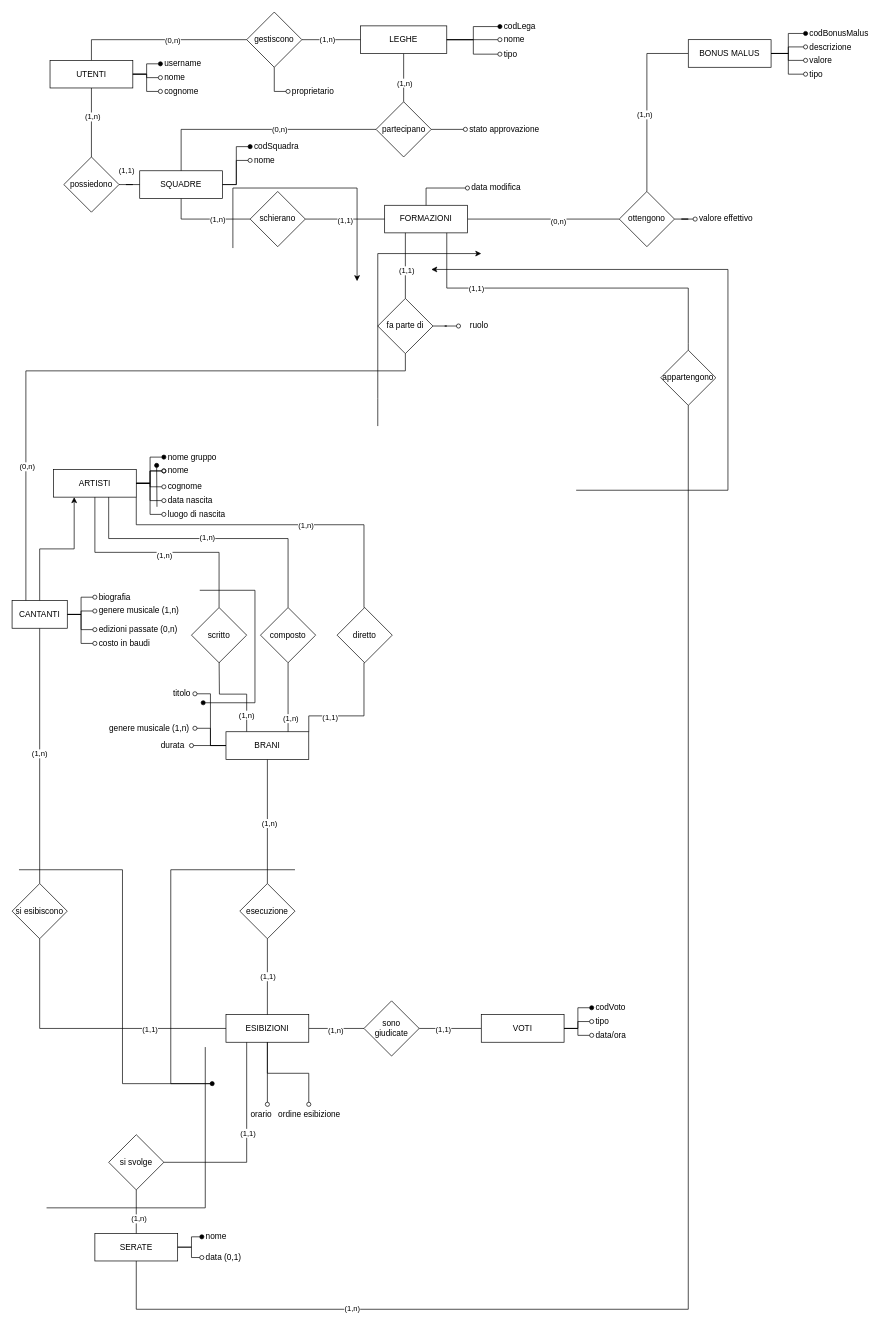
This is progetto_esame/fantasanremo.drawio from RaphyJake/Basi-di-dati, a draw.io file, before an edit. Source tidied: cells renumbered, new cells numbered last; positions are measured from the earlier drawing's top-left corner, leaving out a move shared by most shapes. Both pictures are drawn from the tidied source at 69%, with x=0, y=0 at pixel (12, 12).
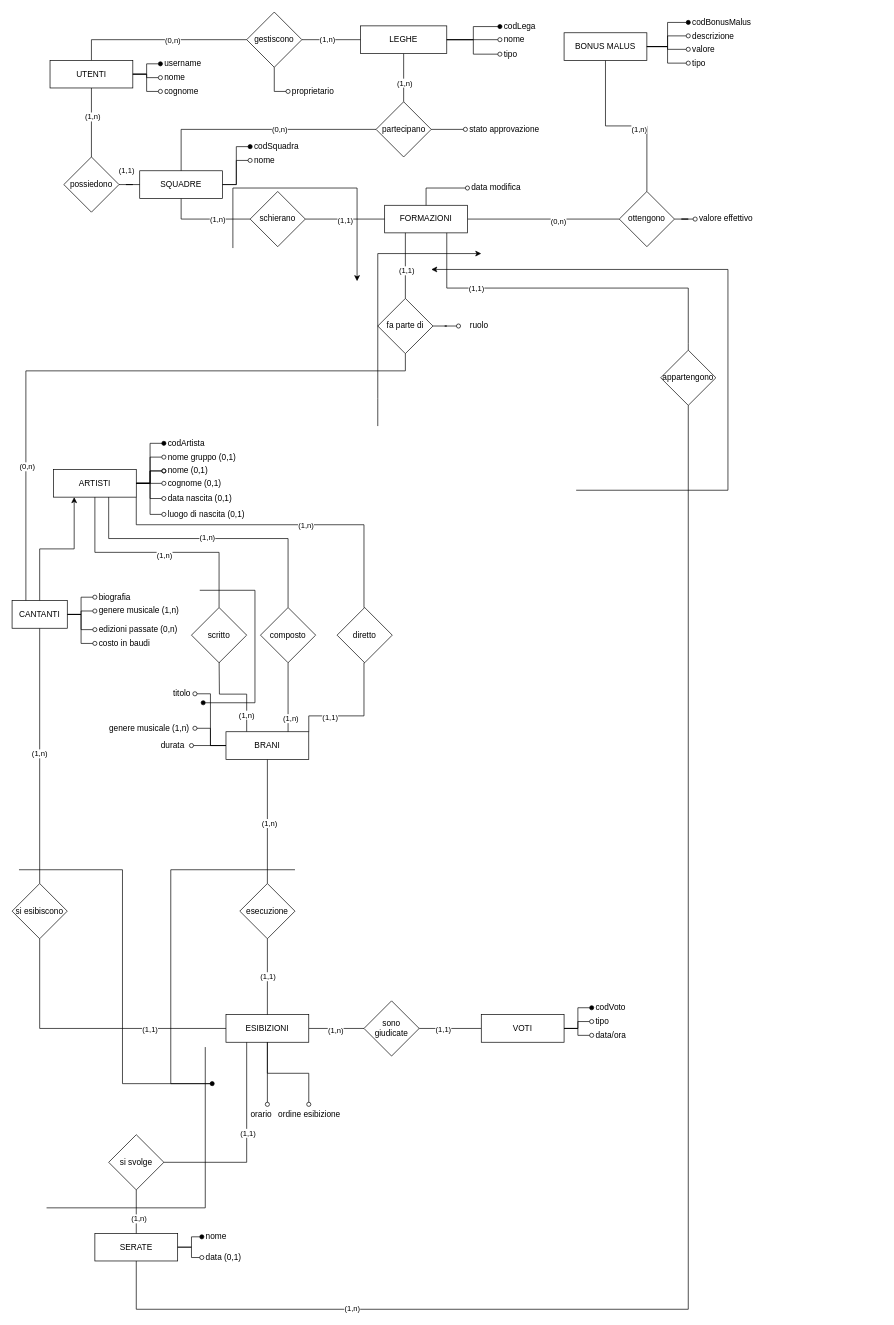
After the change.

Commit message (it also covers changes not shown here):
schema pdf

The change refers to these unchanged cells:
```xml
<mxCell id="2" value="ARTISTI" style="rounded=0;whiteSpace=wrap;html=1;" parent="1" vertex="1">
  <mxGeometry x="60" y="663" width="120" height="40" as="geometry" />
</mxCell>
```

The edit, as a diff of the source:
```diff
@@
-    <mxCell id="5" value="cognome" style="text;html=1;align=left;verticalAlign=middle;whiteSpace=wrap;rounded=0;spacingLeft=4;" parent="1" vertex="1">
-      <mxGeometry x="220" y="673" width="70" height="30" as="geometry" />
+    <mxCell id="5" value="cognome (0,1)" style="text;html=1;align=left;verticalAlign=middle;whiteSpace=wrap;rounded=0;spacingLeft=4;" parent="1" vertex="1">
+      <mxGeometry x="220" y="668" width="110" height="30" as="geometry" />
     </mxCell>
@@
-    <mxCell id="11" value="luogo di nascita" style="text;html=1;align=left;verticalAlign=middle;whiteSpace=wrap;rounded=0;spacingLeft=4;" parent="1" vertex="1">
-      <mxGeometry x="220" y="713" width="110" height="30" as="geometry" />
+    <mxCell id="11" value="luogo di nascita (0,1)" style="text;html=1;align=left;verticalAlign=middle;whiteSpace=wrap;rounded=0;spacingLeft=4;" parent="1" vertex="1">
+      <mxGeometry x="220" y="713" width="140" height="30" as="geometry" />
     </mxCell>
@@
-    <mxCell id="15" value="data nascita" style="text;html=1;align=left;verticalAlign=middle;whiteSpace=wrap;rounded=0;spacingLeft=4;" parent="1" vertex="1">
-      <mxGeometry x="220" y="693" width="90" height="30" as="geometry" />
+    <mxCell id="15" value="data nascita (0,1)" style="text;html=1;align=left;verticalAlign=middle;whiteSpace=wrap;rounded=0;spacingLeft=4;" parent="1" vertex="1">
+      <mxGeometry x="220" y="690" width="110" height="30" as="geometry" />
     </mxCell>
@@
-    <mxCell id="38" style="endArrow=oval;html=1;rounded=0;endFill=1;" parent="1" edge="1">
-      <mxGeometry relative="1" as="geometry">
-        <mxPoint x="210" y="717" as="sourcePoint" />
-        <mxPoint x="209.5" y="657" as="targetPoint" />
-      </mxGeometry>
-    </mxCell>
@@
     <mxCell id="83" value="BONUS MALUS" style="rounded=0;whiteSpace=wrap;html=1;" parent="1" vertex="1">
-      <mxGeometry x="980" y="40" width="120" height="40" as="geometry" />
+      <mxGeometry x="800" y="30" width="120" height="40" as="geometry" />
     </mxCell>
@@
     <mxCell id="85" value="codBonusMalus" style="text;html=1;align=left;verticalAlign=middle;whiteSpace=wrap;rounded=0;spacingLeft=4;" parent="1" vertex="1">
-      <mxGeometry x="1150" y="16" width="110" height="30" as="geometry" />
+      <mxGeometry x="980" width="110" height="30" as="geometry" />
     </mxCell>
@@
     <mxCell id="87" value="valore" style="text;html=1;align=left;verticalAlign=middle;whiteSpace=wrap;rounded=0;spacingLeft=4;" parent="1" vertex="1">
-      <mxGeometry x="1150" y="55" width="60" height="30" as="geometry" />
+      <mxGeometry x="980" y="39" width="60" height="30" as="geometry" />
     </mxCell>
@@
     <mxCell id="89" value="descrizione" style="text;html=1;align=left;verticalAlign=middle;whiteSpace=wrap;rounded=0;spacingLeft=4;" parent="1" vertex="1">
-      <mxGeometry x="1150" y="36" width="90.5" height="29" as="geometry" />
+      <mxGeometry x="980" y="20" width="90.5" height="29" as="geometry" />
     </mxCell>
@@
-    <mxCell id="95" value="nome" style="text;html=1;align=left;verticalAlign=middle;whiteSpace=wrap;rounded=0;spacingLeft=4;" parent="1" vertex="1">
-      <mxGeometry x="220" y="650" width="60" height="30" as="geometry" />
+    <mxCell id="95" value="nome (0,1)" style="text;html=1;align=left;verticalAlign=middle;whiteSpace=wrap;rounded=0;spacingLeft=4;" parent="1" vertex="1">
+      <mxGeometry x="220" y="650" width="80" height="30" as="geometry" />
     </mxCell>
@@
     <mxCell id="134" value="tipo" style="text;html=1;align=left;verticalAlign=middle;whiteSpace=wrap;rounded=0;spacingLeft=4;" parent="1" vertex="1">
-      <mxGeometry x="1150" y="80" width="50.5" height="20" as="geometry" />
+      <mxGeometry x="980" y="64" width="50.5" height="20" as="geometry" />
     </mxCell>
@@
-    <mxCell id="163" style="edgeStyle=orthogonalEdgeStyle;rounded=0;jettySize=auto;html=1;exitX=1;exitY=0.5;exitDx=0;exitDy=0;endArrow=oval;endFill=1;entryX=0;entryY=0.5;entryDx=0;entryDy=0;" parent="1" edge="1" source="2" target="164">
+    <mxCell id="163" style="edgeStyle=orthogonalEdgeStyle;rounded=0;jettySize=auto;html=1;exitX=1;exitY=0.5;exitDx=0;exitDy=0;endArrow=oval;endFill=0;entryX=0;entryY=0.5;entryDx=0;entryDy=0;" parent="1" edge="1" source="2" target="164">
       <mxGeometry relative="1" as="geometry" />
     </mxCell>
-    <mxCell id="164" value="nome gruppo" style="text;html=1;align=left;verticalAlign=middle;whiteSpace=wrap;rounded=0;spacingLeft=4;" parent="1" vertex="1">
-      <mxGeometry x="220" y="630" width="80" height="30" as="geometry" />
+    <mxCell id="164" value="nome gruppo (0,1)" style="text;html=1;align=left;verticalAlign=middle;whiteSpace=wrap;rounded=0;spacingLeft=4;" parent="1" vertex="1">
+      <mxGeometry x="220" y="630" width="120" height="30" as="geometry" />
     </mxCell>
+    <mxCell id="165" style="edgeStyle=orthogonalEdgeStyle;rounded=0;jettySize=auto;html=1;exitX=1;exitY=0.5;exitDx=0;exitDy=0;endArrow=oval;endFill=1;entryX=0;entryY=0.5;entryDx=0;entryDy=0;" parent="1" edge="1" source="2" target="166">
+      <mxGeometry relative="1" as="geometry" />
+    </mxCell>
+    <mxCell id="166" value="codArtista" style="text;html=1;align=left;verticalAlign=middle;whiteSpace=wrap;rounded=0;spacingLeft=4;" parent="1" vertex="1">
+      <mxGeometry x="220" y="610" width="80" height="30" as="geometry" />
+    </mxCell>
```
